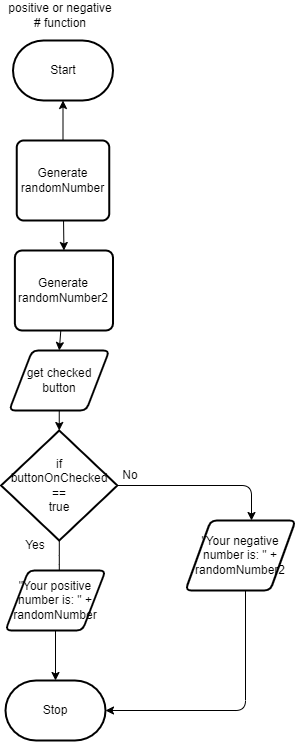
Before: design/flow-chart.png, a diagram exported from draw.io (Liya-Getachew/ICS2O-Unit5-02-JS). Source tidied: cells renumbered, new cells last; positions are measured from the earlier drawing's top-left corner, leaving out a move shared by most shapes.
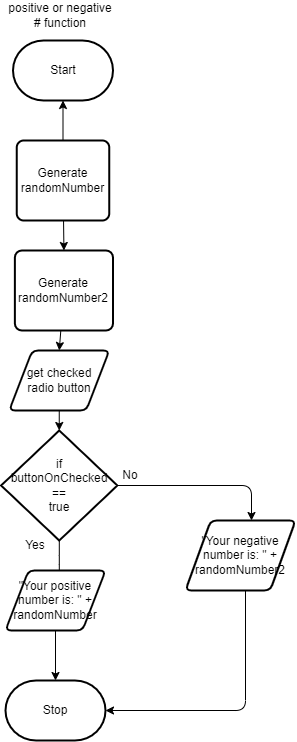
The same file after the commit.

What changed in the source:
```diff
@@ -8,7 +8,7 @@
     <mxCell id="3" style="edgeStyle=none;html=1;entryX=0.5;entryY=0;entryDx=0;entryDy=0;entryPerimeter=0;" parent="1" edge="1" source="4" target="11">
       <mxGeometry relative="1" as="geometry" />
     </mxCell>
-    <mxCell id="4" value="get checked&lt;br&gt;button" style="shape=parallelogram;html=1;strokeWidth=2;perimeter=parallelogramPerimeter;whiteSpace=wrap;rounded=1;arcSize=12;size=0.23;" parent="1" vertex="1">
+    <mxCell id="4" value="get checked&lt;br&gt;radio button" style="shape=parallelogram;html=1;strokeWidth=2;perimeter=parallelogramPerimeter;whiteSpace=wrap;rounded=1;arcSize=12;size=0.23;" parent="1" vertex="1">
       <mxGeometry x="7.8" y="350" width="100" height="60" as="geometry" />
     </mxCell>
     <mxCell id="5" value="Stop" style="strokeWidth=2;html=1;shape=mxgraph.flowchart.terminator;whiteSpace=wrap;" parent="1" vertex="1">
```
